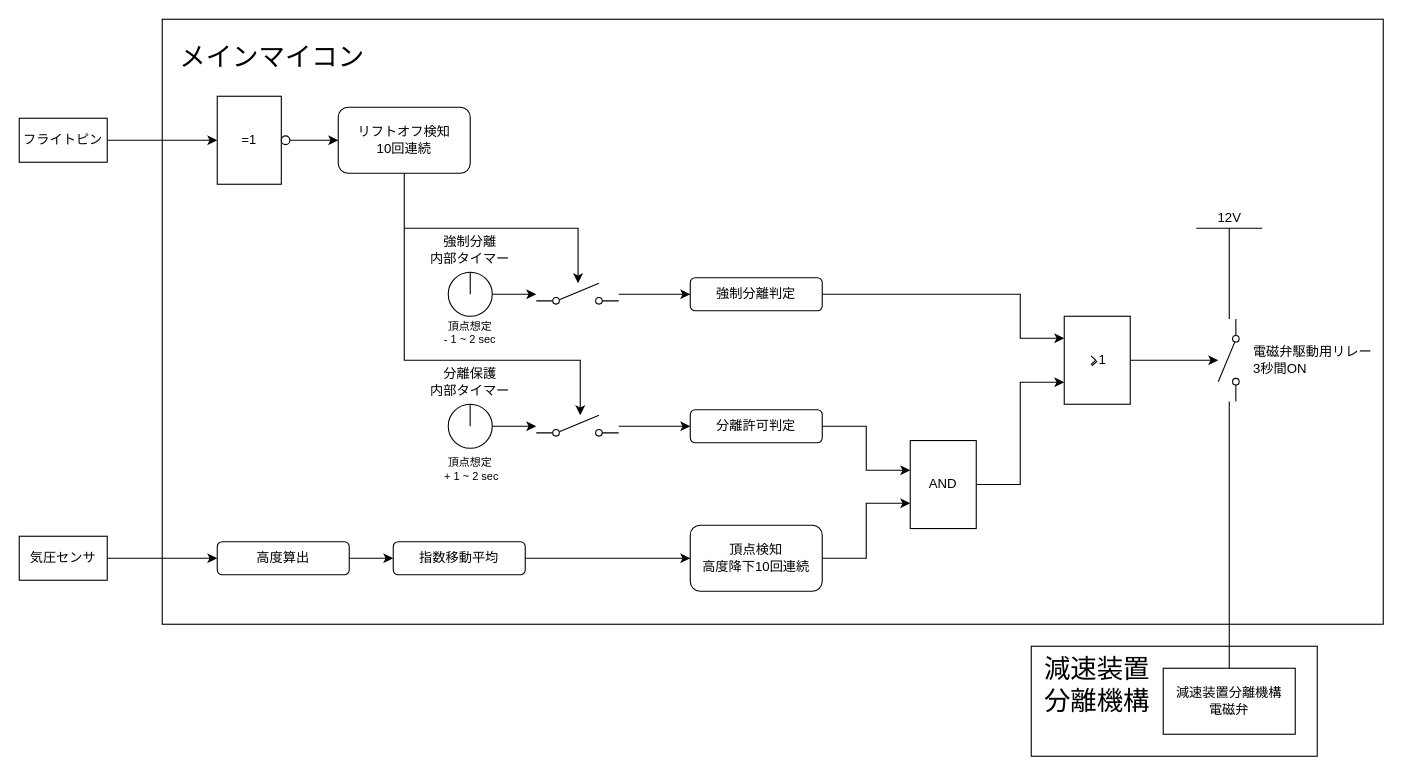
The draw.io diagram FlightComponents/CommonInstrument/Documents/SafetyReview/LogicDiagram.drawio in tokai-student-rocket-project/H-57-Avionics, before the edit. Source tidied: cells renumbered, new cells numbered last; positions are measured from the earlier drawing's top-left corner, leaving out a move shared by most shapes. Both pictures are drawn from the tidied source at 110%, with x=0, y=0 at pixel (19, 19).
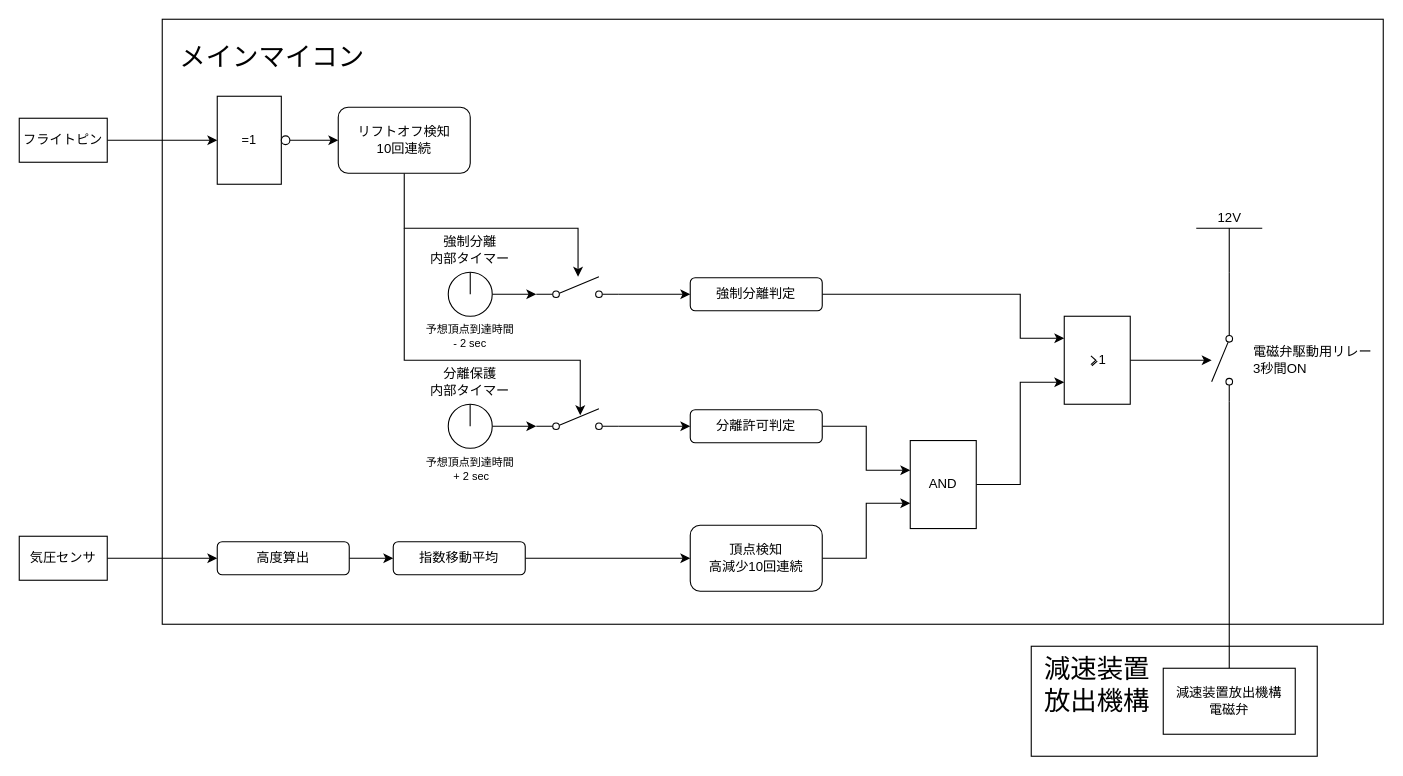
Above is the later version.

The change refers to these unchanged cells:
```xml
<mxCell id="9" style="ellipse;whiteSpace=wrap;html=1;" parent="1" vertex="1">
  <mxGeometry x="390" y="230" width="40" height="40" as="geometry" />
</mxCell>
<mxCell id="13" style="ellipse;whiteSpace=wrap;html=1;" parent="1" vertex="1">
  <mxGeometry x="390" y="350" width="40" height="40" as="geometry" />
</mxCell>
<mxCell id="26" value="強制分離判定" style="rounded=1;whiteSpace=wrap;html=1;fontSize=12;" parent="1" vertex="1">
  <mxGeometry x="610" y="235" width="120" height="30" as="geometry" />
</mxCell>
<mxCell id="28" value="分離許可判定" style="rounded=1;whiteSpace=wrap;html=1;fontSize=12;" parent="1" vertex="1">
  <mxGeometry x="610" y="355" width="120" height="30" as="geometry" />
</mxCell>
<mxCell id="44" value="12V" style="verticalLabelPosition=top;verticalAlign=bottom;shape=mxgraph.electrical.signal_sources.vdd;shadow=0;dashed=0;align=center;strokeWidth=1;fontSize=12;html=1;flipV=1;" parent="1" vertex="1">
  <mxGeometry x="1070" y="190" width="60" height="40" as="geometry" />
</mxCell>
```

Change to the diagram source:
```diff
@@
-    <mxCell id="8" style="edgeStyle=orthogonalEdgeStyle;rounded=0;jettySize=auto;html=1;fontSize=17;" parent="1" edge="1" source="9" target="11">
+    <mxCell id="8" style="edgeStyle=orthogonalEdgeStyle;rounded=0;jettySize=auto;html=1;fontSize=17;entryX=0;entryY=0.8;entryDx=0;entryDy=0;" parent="1" edge="1" source="9" target="11">
       <mxGeometry relative="1" as="geometry" />
     </mxCell>
@@
-    <mxCell id="10" style="edgeStyle=orthogonalEdgeStyle;rounded=0;jettySize=auto;html=1;fontSize=12;startArrow=none;startFill=0;endArrow=classic;endFill=1;" parent="1" edge="1" source="11" target="26">
+    <mxCell id="10" style="edgeStyle=orthogonalEdgeStyle;rounded=0;jettySize=auto;html=1;fontSize=12;startArrow=none;startFill=0;endArrow=classic;endFill=1;exitX=1;exitY=0.8;exitDx=0;exitDy=0;" parent="1" edge="1" source="11" target="26">
       <mxGeometry relative="1" as="geometry" />
     </mxCell>
     <mxCell id="11" style="shape=mxgraph.electrical.electro-mechanical.singleSwitch;elSwitchState=off;fontSize=17;" parent="1" vertex="1">
-      <mxGeometry x="470" y="240" width="75" height="20" as="geometry" />
+      <mxGeometry x="470" y="234" width="75" height="20" as="geometry" />
     </mxCell>
-    <mxCell id="12" style="edgeStyle=orthogonalEdgeStyle;rounded=0;jettySize=auto;html=1;fontSize=17;" parent="1" edge="1" source="13" target="15">
+    <mxCell id="12" style="edgeStyle=orthogonalEdgeStyle;rounded=0;jettySize=auto;html=1;entryX=0;entryY=0.8;entryDx=0;entryDy=0;" parent="1" edge="1" source="13" target="15">
       <mxGeometry relative="1" as="geometry" />
     </mxCell>
@@
     <mxCell id="14" style="edgeStyle=orthogonalEdgeStyle;rounded=0;jettySize=auto;html=1;fontSize=12;startArrow=none;startFill=0;endArrow=classic;endFill=1;" parent="1" edge="1" source="15" target="28">
-      <mxGeometry relative="1" as="geometry" />
+      <mxGeometry relative="1" as="geometry">
+        <Array as="points">
+          <mxPoint x="560" y="370" />
+          <mxPoint x="560" y="370" />
+        </Array>
+      </mxGeometry>
     </mxCell>
     <mxCell id="15" style="shape=mxgraph.electrical.electro-mechanical.singleSwitch;elSwitchState=off;fontSize=17;" parent="1" vertex="1">
-      <mxGeometry x="470" y="360" width="75" height="20" as="geometry" />
+      <mxGeometry x="470" y="354" width="75" height="20" as="geometry" />
     </mxCell>
@@
-    <mxCell id="21" value="頂点想定&lt;br style=&quot;font-size: 10px;&quot;&gt;- 1 ~ 2 sec" style="text;html=1;strokeColor=none;fillColor=none;align=center;verticalAlign=middle;whiteSpace=wrap;rounded=0;fontSize=10;" parent="1" vertex="1">
-      <mxGeometry x="370" y="270" width="80" height="30" as="geometry" />
+    <mxCell id="21" value="予想頂点到達時間&lt;br style=&quot;font-size: 10px;&quot;&gt;- 2 sec" style="text;html=1;strokeColor=none;fillColor=none;align=center;verticalAlign=middle;whiteSpace=wrap;rounded=0;fontSize=10;" parent="1" vertex="1">
+      <mxGeometry x="365" y="272.5" width="90" height="30" as="geometry" />
     </mxCell>
-    <mxCell id="22" value="頂点想定&lt;br style=&quot;font-size: 10px;&quot;&gt;&amp;nbsp;+ 1 ~ 2 sec" style="text;html=1;strokeColor=none;fillColor=none;align=center;verticalAlign=middle;whiteSpace=wrap;rounded=0;fontSize=10;" parent="1" vertex="1">
-      <mxGeometry x="370" y="394" width="80" height="30" as="geometry" />
+    <mxCell id="22" value="予想頂点到達時間&lt;br style=&quot;font-size: 10px;&quot;&gt;&amp;nbsp;+ 2 sec" style="text;html=1;strokeColor=none;fillColor=none;align=center;verticalAlign=middle;whiteSpace=wrap;rounded=0;fontSize=10;" parent="1" vertex="1">
+      <mxGeometry x="365" y="394" width="90" height="30" as="geometry" />
     </mxCell>
@@
-    <mxCell id="30" value="頂点検知&lt;br&gt;高度降下10回連続" style="rounded=1;whiteSpace=wrap;html=1;" parent="1" vertex="1">
+    <mxCell id="30" value="頂点検知&lt;br&gt;高減少10回連続" style="rounded=1;whiteSpace=wrap;html=1;" parent="1" vertex="1">
       <mxGeometry x="610" y="460" width="120" height="60" as="geometry" />
     </mxCell>
@@
     <mxCell id="41" style="edgeStyle=orthogonalEdgeStyle;rounded=0;jettySize=auto;html=1;entryX=0.5;entryY=0;entryDx=0;entryDy=0;fontSize=12;startArrow=none;startFill=0;endArrow=none;endFill=0;" parent="1" edge="1" source="42" target="45">
-      <mxGeometry relative="1" as="geometry" />
+      <mxGeometry relative="1" as="geometry">
+        <Array as="points">
+          <mxPoint x="1100" y="380" />
+          <mxPoint x="1100" y="380" />
+        </Array>
+      </mxGeometry>
     </mxCell>
     <mxCell id="42" style="shape=mxgraph.electrical.electro-mechanical.singleSwitch;elSwitchState=off;fontSize=12;direction=south;flipV=0;flipH=1;" parent="1" vertex="1">
-      <mxGeometry x="1090" y="272.5" width="20" height="75" as="geometry" />
+      <mxGeometry x="1084" y="272.5" width="20" height="75" as="geometry" />
     </mxCell>
     <mxCell id="43" style="edgeStyle=orthogonalEdgeStyle;rounded=0;jettySize=auto;html=1;fontSize=12;startArrow=none;startFill=0;endArrow=none;endFill=0;" parent="1" edge="1" source="44" target="42">
-      <mxGeometry relative="1" as="geometry" />
+      <mxGeometry relative="1" as="geometry">
+        <Array as="points">
+          <mxPoint x="1100" y="270" />
+          <mxPoint x="1100" y="270" />
+        </Array>
+      </mxGeometry>
     </mxCell>
@@
-    <mxCell id="45" value="減速装置分離機構&lt;br&gt;電磁弁" style="rounded=0;whiteSpace=wrap;html=1;fontSize=12;" parent="1" vertex="1">
+    <mxCell id="45" value="減速装置放出機構&lt;br&gt;電磁弁" style="rounded=0;whiteSpace=wrap;html=1;fontSize=12;" parent="1" vertex="1">
       <mxGeometry x="1040" y="590" width="120" height="60" as="geometry" />
     </mxCell>
@@
-    <mxCell id="48" value="減速装置&lt;br&gt;分離機構" style="text;html=1;strokeColor=none;fillColor=none;align=center;verticalAlign=middle;whiteSpace=wrap;rounded=0;fontSize=24;" parent="1" vertex="1">
+    <mxCell id="48" value="減速装置&lt;br&gt;放出機構" style="text;html=1;strokeColor=none;fillColor=none;align=center;verticalAlign=middle;whiteSpace=wrap;rounded=0;fontSize=24;" parent="1" vertex="1">
       <mxGeometry x="930" y="580" width="100" height="50" as="geometry" />
     </mxCell>
```
